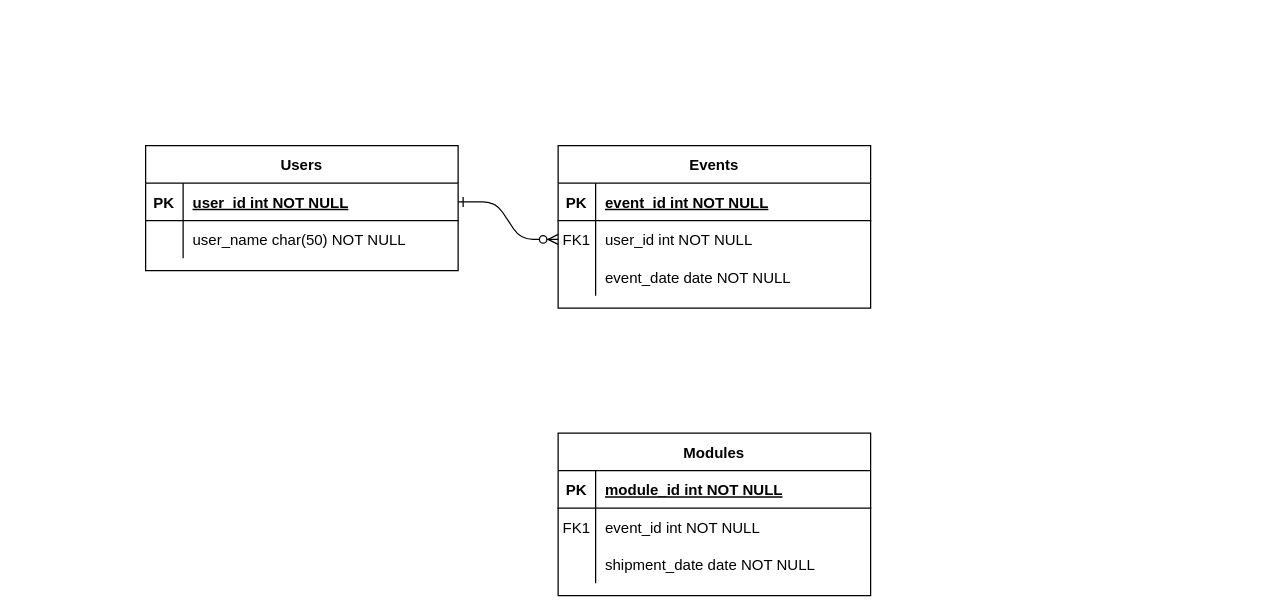
bauersebastian/termplanner keeps this draw.io diagram as docs/erm_semesterplaner.drawio. Above is the earlier version. Source tidied: cells renumbered, new cells numbered last; positions are measured from the earlier drawing's top-left corner, leaving out a move shared by most shapes. Both pictures are drawn from the tidied source at 125%, with x=0, y=0 at pixel (145, 145).
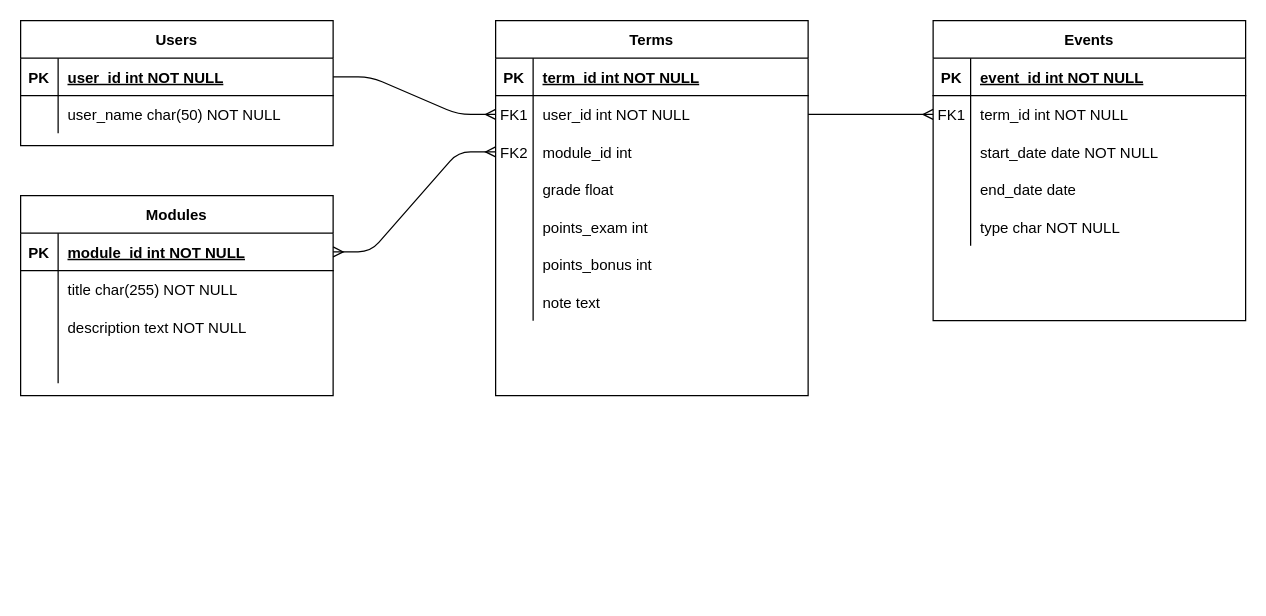
The same diagram, later.

The change refers to these unchanged cells:
```xml
<mxCell id="7" style="shape=partialRectangle;fillColor=none;points=[[0,0.5],[1,0.5]];portConstraint=eastwest;top=0;left=0;right=0;bottom=0;" parent="3" vertex="1">
  <mxGeometry y="60" width="250" height="30" as="geometry" />
</mxCell>
<mxCell id="10" style="shape=partialRectangle;fillColor=none;top=0;left=0;right=0;bottom=0;" parent="3" vertex="1">
  <mxGeometry y="90" width="250" height="30" as="geometry" />
</mxCell>
<mxCell id="14" style="shape=partialRectangle;fillColor=none;points=[[0,0.5],[1,0.5]];portConstraint=eastwest;top=0;left=0;right=0;bottom=1;" parent="13" vertex="1">
  <mxGeometry y="30" width="250" height="30" as="geometry" />
</mxCell>
<mxCell id="17" style="shape=partialRectangle;fillColor=none;top=0;left=0;right=0;bottom=0;" parent="13" vertex="1">
  <mxGeometry y="60" width="250" height="30" as="geometry" />
</mxCell>
<mxCell id="24" style="shape=partialRectangle;fillColor=none;points=[[0,0.5],[1,0.5]];portConstraint=eastwest;top=0;left=0;right=0;bottom=1;" parent="23" vertex="1">
  <mxGeometry y="30" width="250" height="30" as="geometry" />
</mxCell>
```

What changed in the source:
```diff
@@
-    <mxCell id="2" style="edgeStyle=entityRelationEdgeStyle;endArrow=ERzeroToMany;startArrow=ERone;endFill=1;startFill=0;" parent="1" edge="1" source="24" target="7">
-      <mxGeometry relative="1" as="geometry" />
-    </mxCell>
     <mxCell id="3" value="Events" style="shape=table;startSize=30;childLayout=tableLayout;rowLines=0;fontStyle=1;align=center;" parent="1" vertex="1">
-      <mxGeometry x="330" width="250" height="130" as="geometry" />
+      <mxGeometry x="630" y="-100" width="250" height="240" as="geometry" />
     </mxCell>
@@
-    <mxCell id="9" value="user_id int NOT NULL" style="shape=partialRectangle;overflow=hidden;fillColor=none;top=0;left=0;bottom=0;right=0;align=left;spacingLeft=6;" parent="7" vertex="1">
+    <mxCell id="9" value="term_id int NOT NULL" style="shape=partialRectangle;overflow=hidden;fillColor=none;top=0;left=0;bottom=0;right=0;align=left;spacingLeft=6;" parent="7" vertex="1">
       <mxGeometry x="30" width="220" height="30" as="geometry" />
     </mxCell>
@@
-    <mxCell id="12" value="event_date date NOT NULL" style="shape=partialRectangle;overflow=hidden;fillColor=none;top=0;left=0;bottom=0;right=0;align=left;spacingLeft=6;" parent="10" vertex="1">
+    <mxCell id="12" value="start_date date NOT NULL" style="shape=partialRectangle;overflow=hidden;fillColor=none;top=0;left=0;bottom=0;right=0;align=left;spacingLeft=6;" parent="10" vertex="1">
       <mxGeometry x="30" width="220" height="30" as="geometry" />
     </mxCell>
+    <mxCell id="30" style="shape=partialRectangle;fillColor=none;top=0;left=0;right=0;bottom=0;" parent="3" vertex="1">
+      <mxGeometry y="120" width="250" height="30" as="geometry" />
+    </mxCell>
+    <mxCell id="31" style="shape=partialRectangle;overflow=hidden;fillColor=none;top=0;left=0;bottom=0;right=0;" parent="30" vertex="1">
+      <mxGeometry width="30" height="30" as="geometry" />
+    </mxCell>
+    <mxCell id="32" value="end_date date" style="shape=partialRectangle;overflow=hidden;fillColor=none;top=0;left=0;bottom=0;right=0;align=left;spacingLeft=6;" parent="30" vertex="1">
+      <mxGeometry x="30" width="220" height="30" as="geometry" />
+    </mxCell>
+    <mxCell id="33" style="shape=partialRectangle;fillColor=none;top=0;left=0;right=0;bottom=0;" parent="3" vertex="1">
+      <mxGeometry y="150" width="250" height="30" as="geometry" />
+    </mxCell>
+    <mxCell id="34" style="shape=partialRectangle;overflow=hidden;fillColor=none;top=0;left=0;bottom=0;right=0;" parent="33" vertex="1">
+      <mxGeometry width="30" height="30" as="geometry" />
+    </mxCell>
+    <mxCell id="35" value="type char NOT NULL" style="shape=partialRectangle;overflow=hidden;fillColor=none;top=0;left=0;bottom=0;right=0;align=left;spacingLeft=6;" parent="33" vertex="1">
+      <mxGeometry x="30" width="220" height="30" as="geometry" />
+    </mxCell>
     <mxCell id="13" value="Modules" style="shape=table;startSize=30;childLayout=tableLayout;rowLines=0;fontStyle=1;align=center;" parent="1" vertex="1">
-      <mxGeometry x="330" y="230" width="250" height="130" as="geometry" />
+      <mxGeometry x="-100" y="40" width="250" height="160" as="geometry" />
     </mxCell>
@@
-    <mxCell id="18" value="FK1" style="shape=partialRectangle;overflow=hidden;fillColor=none;top=0;left=0;bottom=0;right=0;" parent="17" vertex="1">
+    <mxCell id="18" style="shape=partialRectangle;overflow=hidden;fillColor=none;top=0;left=0;bottom=0;right=0;" parent="17" vertex="1">
       <mxGeometry width="30" height="30" as="geometry" />
     </mxCell>
-    <mxCell id="19" value="event_id int NOT NULL" style="shape=partialRectangle;overflow=hidden;fillColor=none;top=0;left=0;bottom=0;right=0;align=left;spacingLeft=6;" parent="17" vertex="1">
+    <mxCell id="19" value="title char(255) NOT NULL" style="shape=partialRectangle;overflow=hidden;fillColor=none;top=0;left=0;bottom=0;right=0;align=left;spacingLeft=6;" parent="17" vertex="1">
       <mxGeometry x="30" width="220" height="30" as="geometry" />
     </mxCell>
+    <mxCell id="36" style="shape=partialRectangle;fillColor=none;top=0;left=0;right=0;bottom=0;" parent="13" vertex="1">
+      <mxGeometry y="90" width="250" height="30" as="geometry" />
+    </mxCell>
+    <mxCell id="37" style="shape=partialRectangle;overflow=hidden;fillColor=none;top=0;left=0;bottom=0;right=0;" parent="36" vertex="1">
+      <mxGeometry width="30" height="30" as="geometry" />
+    </mxCell>
+    <mxCell id="38" value="description text NOT NULL" style="shape=partialRectangle;overflow=hidden;fillColor=none;top=0;left=0;bottom=0;right=0;align=left;spacingLeft=6;" parent="36" vertex="1">
+      <mxGeometry x="30" width="220" height="30" as="geometry" />
+    </mxCell>
     <mxCell id="20" style="shape=partialRectangle;fillColor=none;top=0;left=0;right=0;bottom=0;" parent="13" vertex="1">
-      <mxGeometry y="90" width="250" height="30" as="geometry" />
+      <mxGeometry y="120" width="250" height="30" as="geometry" />
     </mxCell>
@@
-    <mxCell id="22" value="shipment_date date NOT NULL" style="shape=partialRectangle;overflow=hidden;fillColor=none;top=0;left=0;bottom=0;right=0;align=left;spacingLeft=6;" parent="20" vertex="1">
+    <mxCell id="22" style="shape=partialRectangle;overflow=hidden;fillColor=none;top=0;left=0;bottom=0;right=0;align=left;spacingLeft=6;" parent="20" vertex="1">
       <mxGeometry x="30" width="220" height="30" as="geometry" />
     </mxCell>
     <mxCell id="23" value="Users" style="shape=table;startSize=30;childLayout=tableLayout;rowLines=0;fontStyle=1;align=center;" parent="1" vertex="1">
-      <mxGeometry width="250" height="100" as="geometry" />
+      <mxGeometry x="-100" y="-100" width="250" height="100" as="geometry" />
     </mxCell>
@@
+    <mxCell id="39" value="Terms" style="shape=table;startSize=30;childLayout=tableLayout;rowLines=0;fontStyle=1;align=center;" parent="1" vertex="1">
+      <mxGeometry x="280" y="-100" width="250" height="300" as="geometry" />
+    </mxCell>
+    <mxCell id="40" style="shape=partialRectangle;fillColor=none;top=0;left=0;right=0;bottom=1;" parent="39" vertex="1">
+      <mxGeometry y="30" width="250" height="30" as="geometry" />
+    </mxCell>
+    <mxCell id="41" value="PK" style="shape=partialRectangle;overflow=hidden;fillColor=none;top=0;left=0;bottom=0;right=0;fontStyle=1;" parent="40" vertex="1">
+      <mxGeometry width="30" height="30" as="geometry" />
+    </mxCell>
+    <mxCell id="42" value="term_id int NOT NULL " style="shape=partialRectangle;overflow=hidden;fillColor=none;top=0;left=0;bottom=0;right=0;align=left;spacingLeft=6;fontStyle=5;" parent="40" vertex="1">
+      <mxGeometry x="30" width="220" height="30" as="geometry" />
+    </mxCell>
+    <mxCell id="43" style="shape=partialRectangle;fillColor=none;points=[[0,0.5],[1,0.5]];portConstraint=eastwest;top=0;left=0;right=0;bottom=0;" parent="39" vertex="1">
+      <mxGeometry y="60" width="250" height="30" as="geometry" />
+    </mxCell>
+    <mxCell id="44" value="FK1" style="shape=partialRectangle;overflow=hidden;fillColor=none;top=0;left=0;bottom=0;right=0;" parent="43" vertex="1">
+      <mxGeometry width="30" height="30" as="geometry" />
+    </mxCell>
+    <mxCell id="45" value="user_id int NOT NULL" style="shape=partialRectangle;overflow=hidden;fillColor=none;top=0;left=0;bottom=0;right=0;align=left;spacingLeft=6;" parent="43" vertex="1">
+      <mxGeometry x="30" width="220" height="30" as="geometry" />
+    </mxCell>
+    <mxCell id="46" style="shape=partialRectangle;fillColor=none;points=[[0,0.5],[1,0.5]];portConstraint=eastwest;top=0;left=0;right=0;bottom=0;" parent="39" vertex="1">
+      <mxGeometry y="90" width="250" height="30" as="geometry" />
+    </mxCell>
+    <mxCell id="47" value="FK2" style="shape=partialRectangle;overflow=hidden;fillColor=none;top=0;left=0;bottom=0;right=0;" parent="46" vertex="1">
+      <mxGeometry width="30" height="30" as="geometry" />
+    </mxCell>
+    <mxCell id="48" value="module_id int" style="shape=partialRectangle;overflow=hidden;fillColor=none;top=0;left=0;bottom=0;right=0;align=left;spacingLeft=6;" parent="46" vertex="1">
+      <mxGeometry x="30" width="220" height="30" as="geometry" />
+    </mxCell>
+    <mxCell id="49" style="shape=partialRectangle;fillColor=none;top=0;left=0;right=0;bottom=0;" parent="39" vertex="1">
+      <mxGeometry y="120" width="250" height="30" as="geometry" />
+    </mxCell>
+    <mxCell id="50" style="shape=partialRectangle;overflow=hidden;fillColor=none;top=0;left=0;bottom=0;right=0;" parent="49" vertex="1">
+      <mxGeometry width="30" height="30" as="geometry" />
+    </mxCell>
+    <mxCell id="51" value="grade float " style="shape=partialRectangle;overflow=hidden;fillColor=none;top=0;left=0;bottom=0;right=0;align=left;spacingLeft=6;" parent="49" vertex="1">
+      <mxGeometry x="30" width="220" height="30" as="geometry" />
+    </mxCell>
+    <mxCell id="52" style="shape=partialRectangle;fillColor=none;top=0;left=0;right=0;bottom=0;" parent="39" vertex="1">
+      <mxGeometry y="150" width="250" height="30" as="geometry" />
+    </mxCell>
+    <mxCell id="53" style="shape=partialRectangle;overflow=hidden;fillColor=none;top=0;left=0;bottom=0;right=0;" parent="52" vertex="1">
+      <mxGeometry width="30" height="30" as="geometry" />
+    </mxCell>
+    <mxCell id="54" value="points_exam int " style="shape=partialRectangle;overflow=hidden;fillColor=none;top=0;left=0;bottom=0;right=0;align=left;spacingLeft=6;" parent="52" vertex="1">
+      <mxGeometry x="30" width="220" height="30" as="geometry" />
+    </mxCell>
+    <mxCell id="55" style="shape=partialRectangle;fillColor=none;top=0;left=0;right=0;bottom=0;" parent="39" vertex="1">
+      <mxGeometry y="180" width="250" height="30" as="geometry" />
+    </mxCell>
+    <mxCell id="56" style="shape=partialRectangle;overflow=hidden;fillColor=none;top=0;left=0;bottom=0;right=0;" parent="55" vertex="1">
+      <mxGeometry width="30" height="30" as="geometry" />
+    </mxCell>
+    <mxCell id="57" value="points_bonus int " style="shape=partialRectangle;overflow=hidden;fillColor=none;top=0;left=0;bottom=0;right=0;align=left;spacingLeft=6;" parent="55" vertex="1">
+      <mxGeometry x="30" width="220" height="30" as="geometry" />
+    </mxCell>
+    <mxCell id="58" style="shape=partialRectangle;fillColor=none;top=0;left=0;right=0;bottom=0;" parent="39" vertex="1">
+      <mxGeometry y="210" width="250" height="30" as="geometry" />
+    </mxCell>
+    <mxCell id="59" style="shape=partialRectangle;overflow=hidden;fillColor=none;top=0;left=0;bottom=0;right=0;" parent="58" vertex="1">
+      <mxGeometry width="30" height="30" as="geometry" />
+    </mxCell>
+    <mxCell id="60" value="note text" style="shape=partialRectangle;overflow=hidden;fillColor=none;top=0;left=0;bottom=0;right=0;align=left;spacingLeft=6;" parent="58" vertex="1">
+      <mxGeometry x="30" width="220" height="30" as="geometry" />
+    </mxCell>
+    <mxCell id="61" style="edgeStyle=entityRelationEdgeStyle;fontSize=12;html=1;endArrow=ERmany;exitX=1;exitY=0.5;exitDx=0;exitDy=0;entryX=0;entryY=0.5;entryDx=0;entryDy=0;" parent="1" edge="1" source="24" target="43">
+      <mxGeometry relative="1" as="geometry" />
+    </mxCell>
+    <mxCell id="62" style="edgeStyle=entityRelationEdgeStyle;fontSize=12;html=1;endArrow=ERmany;startArrow=ERmany;exitX=1;exitY=0.5;exitDx=0;exitDy=0;entryX=0;entryY=0.5;entryDx=0;entryDy=0;" parent="1" edge="1" source="14" target="46">
+      <mxGeometry relative="1" as="geometry" />
+    </mxCell>
+    <mxCell id="63" style="edgeStyle=entityRelationEdgeStyle;fontSize=12;html=1;endArrow=ERmany;exitX=1;exitY=0.25;exitDx=0;exitDy=0;entryX=0;entryY=0.5;entryDx=0;entryDy=0;" parent="1" edge="1" source="39" target="7">
+      <mxGeometry relative="1" as="geometry" />
+    </mxCell>
```
